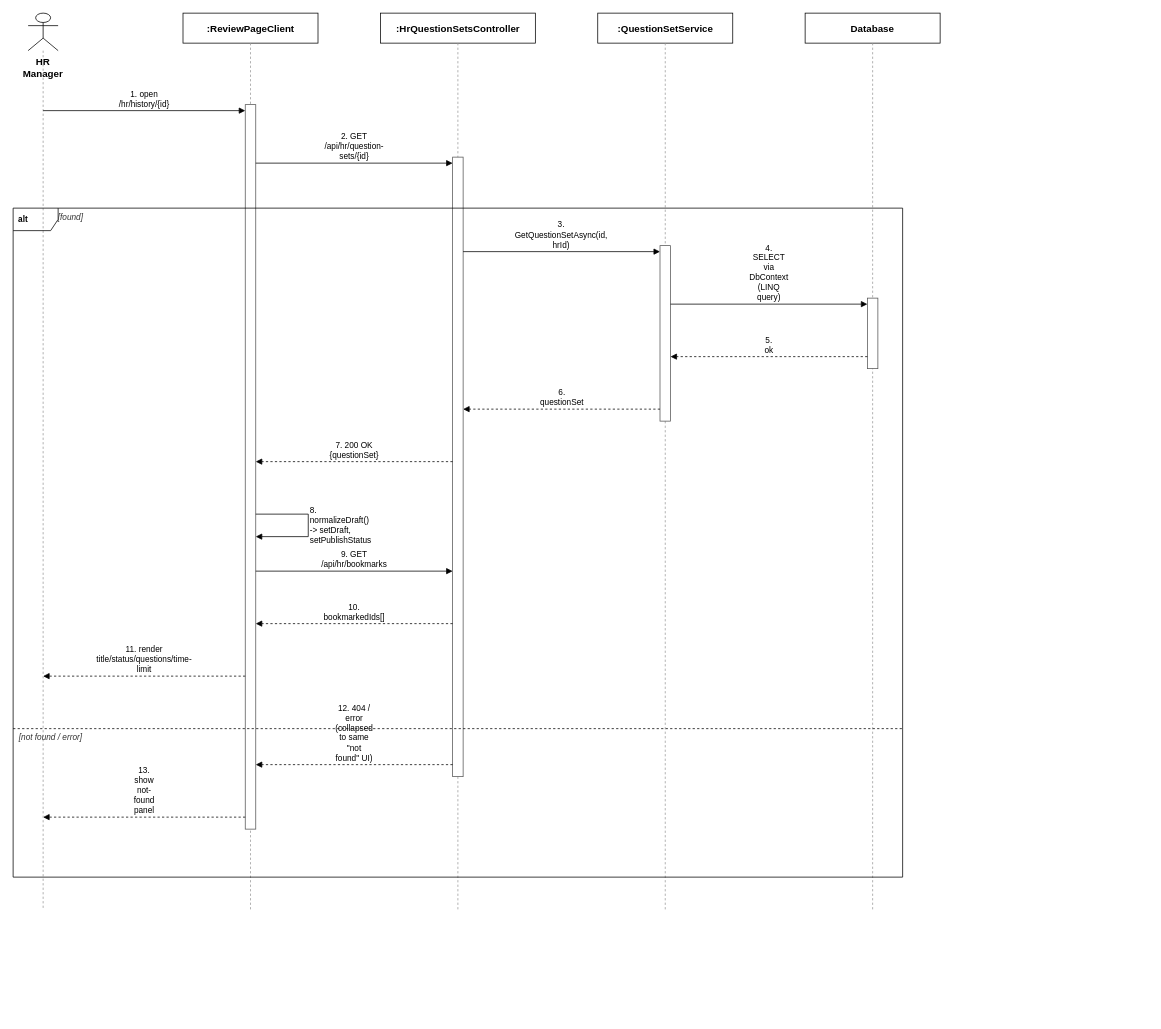
This is docs/qa/Nam_SequenceDiagram/Report4_SequenceDiagram_QuestionSetManagement_ViewQuestionSet.drawio from tulklk/AI_Interview_Question_Generation_RAG_LLM_FE, a draw.io file, before an edit. Source tidied: cells renumbered, new cells numbered last; positions are measured from the earlier drawing's top-left corner, leaving out a move shared by most shapes. Both pictures are drawn from the tidied source at 75%, with x=0, y=0 at pixel (13, 13).
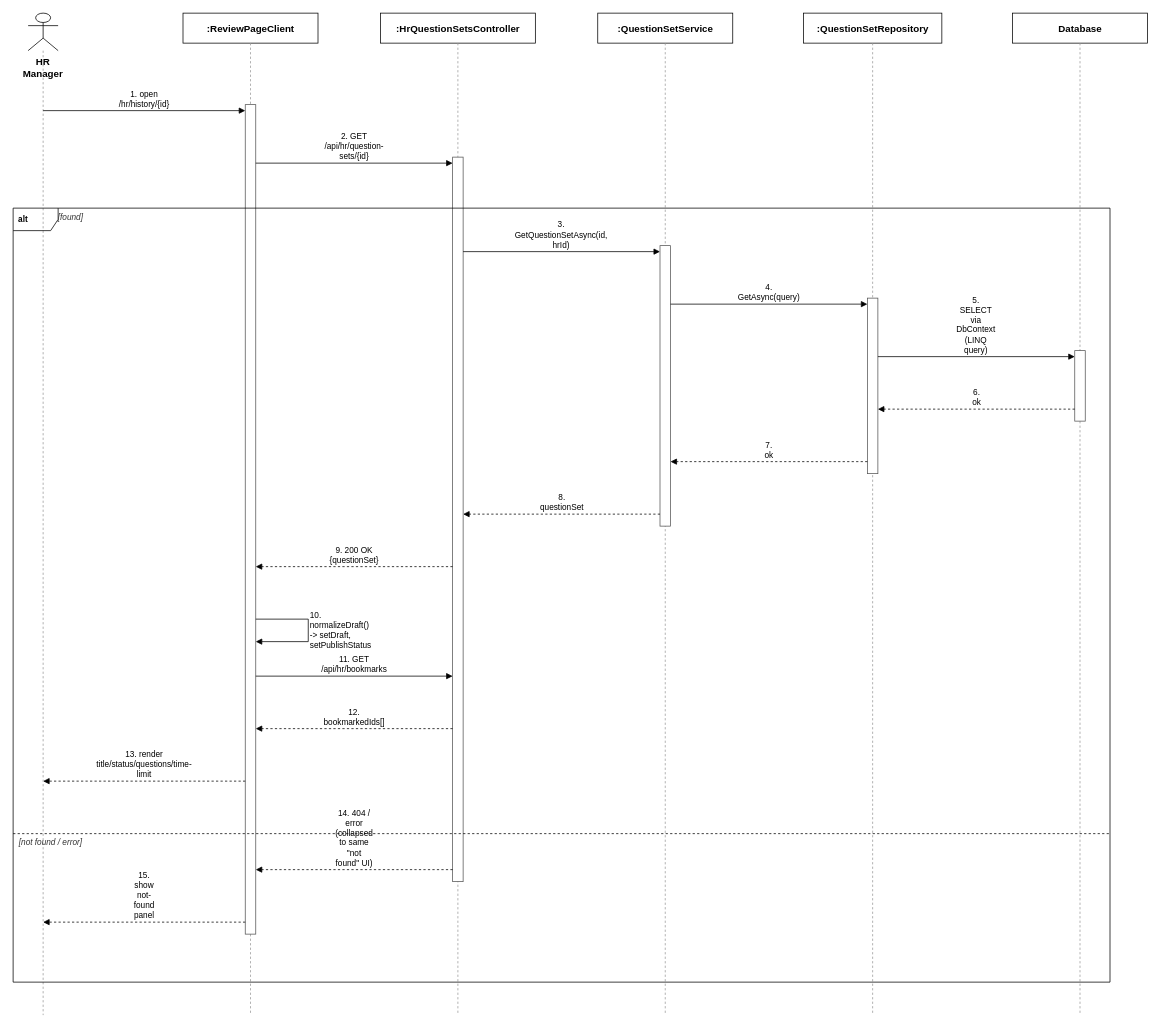
Above is the later version.

Change to the diagram source:
```diff
@@
     <mxCell id="3" style="endArrow=none;dashed=1;html=1;strokeColor=#999999;" parent="1" edge="1">
       <mxGeometry relative="1" as="geometry">
         <mxPoint x="40" y="50" as="sourcePoint" />
-        <mxPoint x="40" y="1196" as="targetPoint" />
+        <mxPoint x="40" y="1336" as="targetPoint" />
       </mxGeometry>
     </mxCell>
@@
     <mxCell id="5" style="endArrow=none;dashed=1;html=1;strokeColor=#999999;" parent="1" edge="1">
       <mxGeometry relative="1" as="geometry">
         <mxPoint x="316.5" y="40" as="sourcePoint" />
-        <mxPoint x="316.5" y="1196" as="targetPoint" />
+        <mxPoint x="316.5" y="1336" as="targetPoint" />
       </mxGeometry>
     </mxCell>
@@
     <mxCell id="7" style="endArrow=none;dashed=1;html=1;strokeColor=#999999;" parent="1" edge="1">
       <mxGeometry relative="1" as="geometry">
         <mxPoint x="593" y="40" as="sourcePoint" />
-        <mxPoint x="593" y="1196" as="targetPoint" />
+        <mxPoint x="593" y="1336" as="targetPoint" />
       </mxGeometry>
     </mxCell>
@@
     <mxCell id="9" style="endArrow=none;dashed=1;html=1;strokeColor=#999999;" parent="1" edge="1">
       <mxGeometry relative="1" as="geometry">
         <mxPoint x="869.5" y="40" as="sourcePoint" />
-        <mxPoint x="869.5" y="1196" as="targetPoint" />
+        <mxPoint x="869.5" y="1336" as="targetPoint" />
       </mxGeometry>
     </mxCell>
-    <mxCell id="10" value="Database" style="rounded=0;whiteSpace=wrap;html=1;fontSize=13;fillColor=#ffffff;strokeColor=#000000;fontStyle=1;" parent="1" vertex="1">
-      <mxGeometry x="1056" width="180" height="40" as="geometry" />
+    <mxCell id="10" value=":QuestionSetRepository" style="rounded=0;whiteSpace=wrap;html=1;fontSize=13;fillColor=#ffffff;strokeColor=#000000;fontStyle=1;" parent="1" vertex="1">
+      <mxGeometry x="1053.7" width="184.6" height="40" as="geometry" />
     </mxCell>
     <mxCell id="11" style="endArrow=none;dashed=1;html=1;strokeColor=#999999;" parent="1" edge="1">
       <mxGeometry relative="1" as="geometry">
         <mxPoint x="1146" y="40" as="sourcePoint" />
-        <mxPoint x="1146" y="1196" as="targetPoint" />
+        <mxPoint x="1146" y="1336" as="targetPoint" />
       </mxGeometry>
     </mxCell>
-    <mxCell id="12" style="rounded=0;whiteSpace=wrap;html=1;fillColor=#ffffff;strokeColor=#555555;" parent="1" vertex="1">
-      <mxGeometry x="309.5" y="122" width="14" height="966" as="geometry" />
+    <mxCell id="12" value="Database" style="rounded=0;whiteSpace=wrap;html=1;fontSize=13;fillColor=#ffffff;strokeColor=#000000;fontStyle=1;" parent="1" vertex="1">
+      <mxGeometry x="1332.5" width="180" height="40" as="geometry" />
     </mxCell>
-    <mxCell id="13" style="rounded=0;whiteSpace=wrap;html=1;fillColor=#ffffff;strokeColor=#555555;" parent="1" vertex="1">
-      <mxGeometry x="586" y="192" width="14" height="826" as="geometry" />
+    <mxCell id="13" style="endArrow=none;dashed=1;html=1;strokeColor=#999999;" parent="1" edge="1">
+      <mxGeometry relative="1" as="geometry">
+        <mxPoint x="1422.5" y="40" as="sourcePoint" />
+        <mxPoint x="1422.5" y="1336" as="targetPoint" />
+      </mxGeometry>
     </mxCell>
     <mxCell id="14" style="rounded=0;whiteSpace=wrap;html=1;fillColor=#ffffff;strokeColor=#555555;" parent="1" vertex="1">
-      <mxGeometry x="862.5" y="310" width="14" height="234" as="geometry" />
+      <mxGeometry x="309.5" y="122" width="14" height="1106" as="geometry" />
     </mxCell>
     <mxCell id="15" style="rounded=0;whiteSpace=wrap;html=1;fillColor=#ffffff;strokeColor=#555555;" parent="1" vertex="1">
-      <mxGeometry x="1139" y="380" width="14" height="94" as="geometry" />
+      <mxGeometry x="586" y="192" width="14" height="966" as="geometry" />
     </mxCell>
-    <mxCell id="16" value="1. open /hr/history/{id}" style="endArrow=block;endFill=1;html=1;whiteSpace=wrap;fontSize=11;align=center;verticalAlign=bottom;labelBackgroundColor=#ffffff;strokeColor=#000000;" parent="1" edge="1">
-      <mxGeometry relative="1" as="geometry">
-        <mxPoint x="40" y="130" as="sourcePoint" />
-        <mxPoint x="309.5" y="130" as="targetPoint" />
-      </mxGeometry>
+    <mxCell id="16" style="rounded=0;whiteSpace=wrap;html=1;fillColor=#ffffff;strokeColor=#555555;" parent="1" vertex="1">
+      <mxGeometry x="862.5" y="310" width="14" height="374" as="geometry" />
     </mxCell>
-    <mxCell id="17" value="2. GET /api/hr/question-sets/{id}" style="endArrow=block;endFill=1;html=1;whiteSpace=wrap;fontSize=11;align=center;verticalAlign=bottom;labelBackgroundColor=#ffffff;strokeColor=#000000;" parent="1" edge="1">
-      <mxGeometry relative="1" as="geometry">
-        <mxPoint x="323.5" y="200" as="sourcePoint" />
-        <mxPoint x="586" y="200" as="targetPoint" />
-      </mxGeometry>
+    <mxCell id="17" style="rounded=0;whiteSpace=wrap;html=1;fillColor=#ffffff;strokeColor=#555555;" parent="1" vertex="1">
+      <mxGeometry x="1139" y="380" width="14" height="234" as="geometry" />
     </mxCell>
-    <mxCell id="18" value="3. GetQuestionSetAsync(id, hrId)" style="endArrow=block;endFill=1;html=1;whiteSpace=wrap;fontSize=11;align=center;verticalAlign=bottom;labelBackgroundColor=#ffffff;strokeColor=#000000;" parent="1" edge="1">
-      <mxGeometry relative="1" as="geometry">
-        <mxPoint x="600" y="318" as="sourcePoint" />
-        <mxPoint x="862.5" y="318" as="targetPoint" />
-      </mxGeometry>
+    <mxCell id="18" style="rounded=0;whiteSpace=wrap;html=1;fillColor=#ffffff;strokeColor=#555555;" parent="1" vertex="1">
+      <mxGeometry x="1415.5" y="450" width="14" height="94" as="geometry" />
     </mxCell>
-    <mxCell id="19" value="4. SELECT via DbContext (LINQ query)" style="endArrow=block;endFill=1;html=1;whiteSpace=wrap;fontSize=11;align=center;verticalAlign=bottom;labelBackgroundColor=#ffffff;strokeColor=#000000;" parent="1" edge="1">
+    <mxCell id="19" value="1. open /hr/history/{id}" style="endArrow=block;endFill=1;html=1;whiteSpace=wrap;fontSize=11;align=center;verticalAlign=bottom;labelBackgroundColor=#ffffff;strokeColor=#000000;" parent="1" edge="1">
       <mxGeometry relative="1" as="geometry">
-        <mxPoint x="876.5" y="388" as="sourcePoint" />
-        <mxPoint x="1139" y="388" as="targetPoint" />
+        <mxPoint x="40" y="130" as="sourcePoint" />
+        <mxPoint x="309.5" y="130" as="targetPoint" />
       </mxGeometry>
     </mxCell>
-    <mxCell id="20" value="5. ok" style="endArrow=block;endFill=1;html=1;whiteSpace=wrap;dashed=1;fontSize=11;align=center;verticalAlign=bottom;labelBackgroundColor=#ffffff;strokeColor=#000000;" parent="1" edge="1">
+    <mxCell id="20" value="2. GET /api/hr/question-sets/{id}" style="endArrow=block;endFill=1;html=1;whiteSpace=wrap;fontSize=11;align=center;verticalAlign=bottom;labelBackgroundColor=#ffffff;strokeColor=#000000;" parent="1" edge="1">
       <mxGeometry relative="1" as="geometry">
-        <mxPoint x="1139" y="458" as="sourcePoint" />
-        <mxPoint x="876.5" y="458" as="targetPoint" />
+        <mxPoint x="323.5" y="200" as="sourcePoint" />
+        <mxPoint x="586" y="200" as="targetPoint" />
       </mxGeometry>
     </mxCell>
-    <mxCell id="21" value="6. questionSet" style="endArrow=block;endFill=1;html=1;whiteSpace=wrap;dashed=1;fontSize=11;align=center;verticalAlign=bottom;labelBackgroundColor=#ffffff;strokeColor=#000000;" parent="1" edge="1">
+    <mxCell id="21" value="3. GetQuestionSetAsync(id, hrId)" style="endArrow=block;endFill=1;html=1;whiteSpace=wrap;fontSize=11;align=center;verticalAlign=bottom;labelBackgroundColor=#ffffff;strokeColor=#000000;" parent="1" edge="1">
       <mxGeometry relative="1" as="geometry">
-        <mxPoint x="862.5" y="528" as="sourcePoint" />
-        <mxPoint x="600" y="528" as="targetPoint" />
+        <mxPoint x="600" y="318" as="sourcePoint" />
+        <mxPoint x="862.5" y="318" as="targetPoint" />
       </mxGeometry>
     </mxCell>
-    <mxCell id="22" value="7. 200 OK {questionSet}" style="endArrow=block;endFill=1;html=1;whiteSpace=wrap;dashed=1;fontSize=11;align=center;verticalAlign=bottom;labelBackgroundColor=#ffffff;strokeColor=#000000;" parent="1" edge="1">
+    <mxCell id="22" value="4. GetAsync(query)" style="endArrow=block;endFill=1;html=1;whiteSpace=wrap;fontSize=11;align=center;verticalAlign=bottom;labelBackgroundColor=#ffffff;strokeColor=#000000;" parent="1" edge="1">
       <mxGeometry relative="1" as="geometry">
-        <mxPoint x="586" y="598" as="sourcePoint" />
-        <mxPoint x="323.5" y="598" as="targetPoint" />
+        <mxPoint x="876.5" y="388" as="sourcePoint" />
+        <mxPoint x="1139" y="388" as="targetPoint" />
       </mxGeometry>
     </mxCell>
-    <mxCell id="23" value="8. normalizeDraft() -&gt; setDraft, setPublishStatus" style="endArrow=block;endFill=1;html=1;whiteSpace=wrap;fontSize=11;align=left;verticalAlign=middle;labelBackgroundColor=#ffffff;rounded=0;strokeColor=#000000;" parent="1" edge="1">
+    <mxCell id="23" value="5. SELECT via DbContext (LINQ query)" style="endArrow=block;endFill=1;html=1;whiteSpace=wrap;fontSize=11;align=center;verticalAlign=bottom;labelBackgroundColor=#ffffff;strokeColor=#000000;" parent="1" edge="1">
       <mxGeometry relative="1" as="geometry">
-        <mxPoint x="323.5" y="668" as="sourcePoint" />
-        <mxPoint x="323.5" y="698" as="targetPoint" />
-        <Array as="points">
-          <mxPoint x="393.5" y="668" />
-          <mxPoint x="393.5" y="698" />
-        </Array>
+        <mxPoint x="1153" y="458" as="sourcePoint" />
+        <mxPoint x="1415.5" y="458" as="targetPoint" />
       </mxGeometry>
     </mxCell>
-    <mxCell id="24" value="9. GET /api/hr/bookmarks" style="endArrow=block;endFill=1;html=1;whiteSpace=wrap;fontSize=11;align=center;verticalAlign=bottom;labelBackgroundColor=#ffffff;strokeColor=#000000;" parent="1" edge="1">
+    <mxCell id="24" value="6. ok" style="endArrow=block;endFill=1;html=1;whiteSpace=wrap;dashed=1;fontSize=11;align=center;verticalAlign=bottom;labelBackgroundColor=#ffffff;strokeColor=#000000;" parent="1" edge="1">
       <mxGeometry relative="1" as="geometry">
-        <mxPoint x="323.5" y="744" as="sourcePoint" />
-        <mxPoint x="586" y="744" as="targetPoint" />
+        <mxPoint x="1415.5" y="528" as="sourcePoint" />
+        <mxPoint x="1153" y="528" as="targetPoint" />
       </mxGeometry>
     </mxCell>
-    <mxCell id="25" value="10. bookmarkedIds[]" style="endArrow=block;endFill=1;html=1;whiteSpace=wrap;dashed=1;fontSize=11;align=center;verticalAlign=bottom;labelBackgroundColor=#ffffff;strokeColor=#000000;" parent="1" edge="1">
+    <mxCell id="25" value="7. ok" style="endArrow=block;endFill=1;html=1;whiteSpace=wrap;dashed=1;fontSize=11;align=center;verticalAlign=bottom;labelBackgroundColor=#ffffff;strokeColor=#000000;" parent="1" edge="1">
       <mxGeometry relative="1" as="geometry">
-        <mxPoint x="586" y="814" as="sourcePoint" />
-        <mxPoint x="323.5" y="814" as="targetPoint" />
+        <mxPoint x="1139" y="598" as="sourcePoint" />
+        <mxPoint x="876.5" y="598" as="targetPoint" />
       </mxGeometry>
     </mxCell>
-    <mxCell id="26" value="11. render title/status/questions/time-limit" style="endArrow=block;endFill=1;html=1;whiteSpace=wrap;dashed=1;fontSize=11;align=center;verticalAlign=bottom;labelBackgroundColor=#ffffff;strokeColor=#000000;" parent="1" edge="1">
+    <mxCell id="26" value="8. questionSet" style="endArrow=block;endFill=1;html=1;whiteSpace=wrap;dashed=1;fontSize=11;align=center;verticalAlign=bottom;labelBackgroundColor=#ffffff;strokeColor=#000000;" parent="1" edge="1">
       <mxGeometry relative="1" as="geometry">
-        <mxPoint x="309.5" y="884" as="sourcePoint" />
-        <mxPoint x="40" y="884" as="targetPoint" />
+        <mxPoint x="862.5" y="668" as="sourcePoint" />
+        <mxPoint x="600" y="668" as="targetPoint" />
       </mxGeometry>
     </mxCell>
-    <mxCell id="27" value="12. 404 / error (collapsed to same &quot;not found&quot; UI)" style="endArrow=block;endFill=1;html=1;whiteSpace=wrap;dashed=1;fontSize=11;align=center;verticalAlign=bottom;labelBackgroundColor=#ffffff;strokeColor=#000000;" parent="1" edge="1">
+    <mxCell id="27" value="9. 200 OK {questionSet}" style="endArrow=block;endFill=1;html=1;whiteSpace=wrap;dashed=1;fontSize=11;align=center;verticalAlign=bottom;labelBackgroundColor=#ffffff;strokeColor=#000000;" parent="1" edge="1">
       <mxGeometry relative="1" as="geometry">
-        <mxPoint x="586" y="1002" as="sourcePoint" />
-        <mxPoint x="323.5" y="1002" as="targetPoint" />
+        <mxPoint x="586" y="738" as="sourcePoint" />
+        <mxPoint x="323.5" y="738" as="targetPoint" />
       </mxGeometry>
     </mxCell>
-    <mxCell id="28" value="13. show not-found panel" style="endArrow=block;endFill=1;html=1;whiteSpace=wrap;dashed=1;fontSize=11;align=center;verticalAlign=bottom;labelBackgroundColor=#ffffff;strokeColor=#000000;" parent="1" edge="1">
+    <mxCell id="28" value="10. normalizeDraft() -&gt; setDraft, setPublishStatus" style="endArrow=block;endFill=1;html=1;whiteSpace=wrap;fontSize=11;align=left;verticalAlign=middle;labelBackgroundColor=#ffffff;rounded=0;strokeColor=#000000;" parent="1" edge="1">
       <mxGeometry relative="1" as="geometry">
-        <mxPoint x="309.5" y="1072" as="sourcePoint" />
-        <mxPoint x="40" y="1072" as="targetPoint" />
+        <mxPoint x="323.5" y="808" as="sourcePoint" />
+        <mxPoint x="323.5" y="838" as="targetPoint" />
+        <Array as="points">
+          <mxPoint x="393.5" y="808" />
+          <mxPoint x="393.5" y="838" />
+        </Array>
       </mxGeometry>
     </mxCell>
-    <mxCell id="29" value="&lt;b&gt;&amp;nbsp;alt&amp;nbsp;&lt;/b&gt;" style="shape=umlFrame;whiteSpace=wrap;html=1;align=left;verticalAlign=top;fontSize=11;spacingLeft=2;spacingTop=2;strokeColor=#000000;fillColor=none;" parent="1" vertex="1">
-      <mxGeometry y="260" width="1186" height="892" as="geometry" />
+    <mxCell id="29" value="11. GET /api/hr/bookmarks" style="endArrow=block;endFill=1;html=1;whiteSpace=wrap;fontSize=11;align=center;verticalAlign=bottom;labelBackgroundColor=#ffffff;strokeColor=#000000;" parent="1" edge="1">
+      <mxGeometry relative="1" as="geometry">
+        <mxPoint x="323.5" y="884" as="sourcePoint" />
+        <mxPoint x="586" y="884" as="targetPoint" />
+      </mxGeometry>
     </mxCell>
-    <mxCell id="30" value="[found]" style="text;html=1;align=left;verticalAlign=middle;fontSize=11;fontColor=#333333;fontStyle=2;" parent="1" vertex="1">
-      <mxGeometry x="58" y="262" width="1122" height="20" as="geometry" />
+    <mxCell id="30" value="12. bookmarkedIds[]" style="endArrow=block;endFill=1;html=1;whiteSpace=wrap;dashed=1;fontSize=11;align=center;verticalAlign=bottom;labelBackgroundColor=#ffffff;strokeColor=#000000;" parent="1" edge="1">
+      <mxGeometry relative="1" as="geometry">
+        <mxPoint x="586" y="954" as="sourcePoint" />
+        <mxPoint x="323.5" y="954" as="targetPoint" />
+      </mxGeometry>
     </mxCell>
-    <mxCell id="31" style="endArrow=none;dashed=1;html=1;strokeColor=#000000;" parent="1" edge="1">
+    <mxCell id="31" value="13. render title/status/questions/time-limit" style="endArrow=block;endFill=1;html=1;whiteSpace=wrap;dashed=1;fontSize=11;align=center;verticalAlign=bottom;labelBackgroundColor=#ffffff;strokeColor=#000000;" parent="1" edge="1">
       <mxGeometry relative="1" as="geometry">
-        <mxPoint y="954" as="sourcePoint" />
-        <mxPoint x="1186" y="954" as="targetPoint" />
+        <mxPoint x="309.5" y="1024" as="sourcePoint" />
+        <mxPoint x="40" y="1024" as="targetPoint" />
       </mxGeometry>
     </mxCell>
-    <mxCell id="32" value="[not found / error]" style="text;html=1;align=left;verticalAlign=middle;fontSize=11;fontColor=#333333;fontStyle=2;" parent="1" vertex="1">
-      <mxGeometry x="6" y="956" width="1174" height="20" as="geometry" />
+    <mxCell id="32" value="14. 404 / error (collapsed to same &quot;not found&quot; UI)" style="endArrow=block;endFill=1;html=1;whiteSpace=wrap;dashed=1;fontSize=11;align=center;verticalAlign=bottom;labelBackgroundColor=#ffffff;strokeColor=#000000;" parent="1" edge="1">
+      <mxGeometry relative="1" as="geometry">
+        <mxPoint x="586" y="1142" as="sourcePoint" />
+        <mxPoint x="323.5" y="1142" as="targetPoint" />
+      </mxGeometry>
     </mxCell>
+    <mxCell id="33" value="15. show not-found panel" style="endArrow=block;endFill=1;html=1;whiteSpace=wrap;dashed=1;fontSize=11;align=center;verticalAlign=bottom;labelBackgroundColor=#ffffff;strokeColor=#000000;" parent="1" edge="1">
+      <mxGeometry relative="1" as="geometry">
+        <mxPoint x="309.5" y="1212" as="sourcePoint" />
+        <mxPoint x="40" y="1212" as="targetPoint" />
+      </mxGeometry>
+    </mxCell>
+    <mxCell id="34" value="&lt;b&gt;&amp;nbsp;alt&amp;nbsp;&lt;/b&gt;" style="shape=umlFrame;whiteSpace=wrap;html=1;align=left;verticalAlign=top;fontSize=11;spacingLeft=2;spacingTop=2;strokeColor=#000000;fillColor=none;" parent="1" vertex="1">
+      <mxGeometry y="260" width="1462.5" height="1032" as="geometry" />
+    </mxCell>
+    <mxCell id="35" value="[found]" style="text;html=1;align=left;verticalAlign=middle;fontSize=11;fontColor=#333333;fontStyle=2;" parent="1" vertex="1">
+      <mxGeometry x="58" y="262" width="1398.5" height="20" as="geometry" />
+    </mxCell>
+    <mxCell id="36" style="endArrow=none;dashed=1;html=1;strokeColor=#000000;" parent="1" edge="1">
+      <mxGeometry relative="1" as="geometry">
+        <mxPoint y="1094" as="sourcePoint" />
+        <mxPoint x="1462.5" y="1094" as="targetPoint" />
+      </mxGeometry>
+    </mxCell>
+    <mxCell id="37" value="[not found / error]" style="text;html=1;align=left;verticalAlign=middle;fontSize=11;fontColor=#333333;fontStyle=2;" parent="1" vertex="1">
+      <mxGeometry x="6" y="1096" width="1450.5" height="20" as="geometry" />
+    </mxCell>
```
